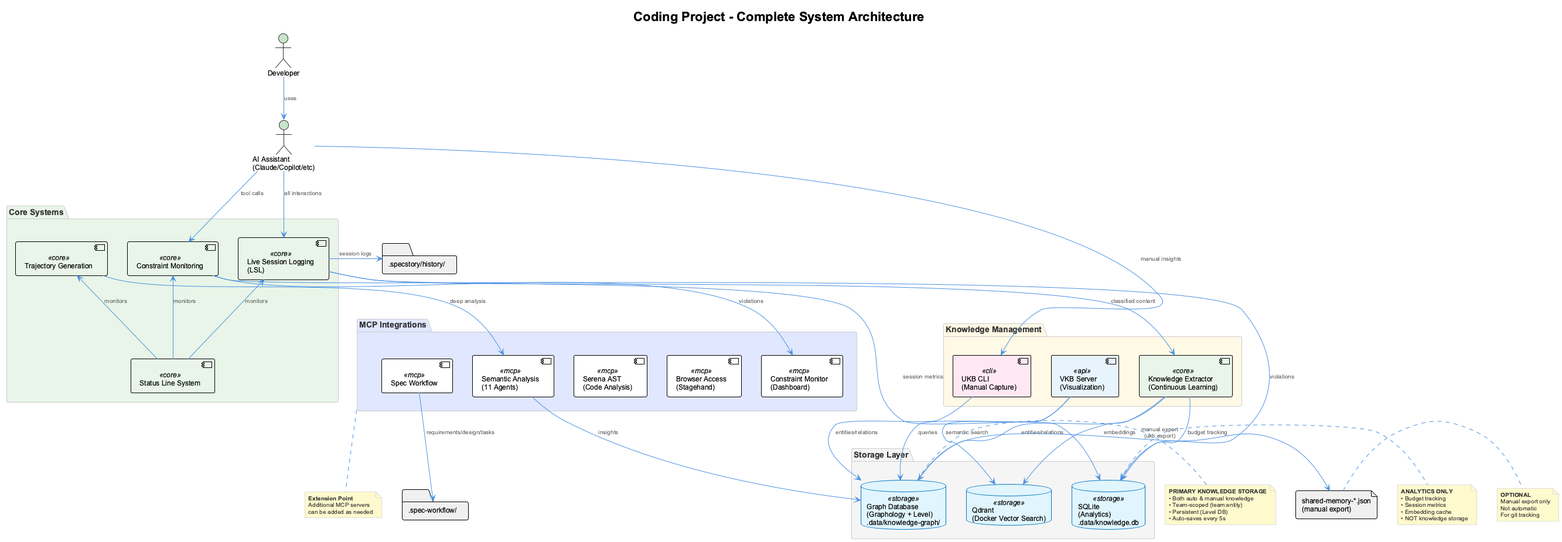
This is docs/images/coding-system-architecture.png from fwornle/coding, a PlantUML export, as it was before one commit.
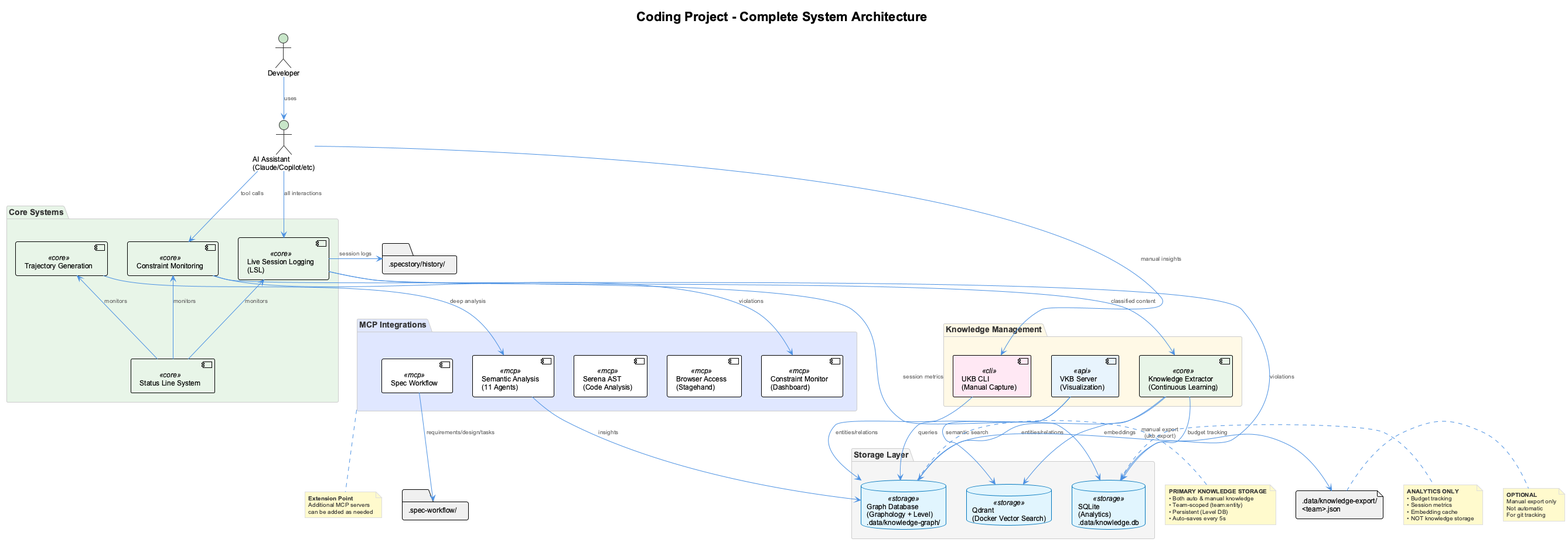
Above is the later version.

Diff of the diagram source:
```diff
@@ -37,7 +37,7 @@
 
 folder ".specstory/history/" as lsl_logs #F0F0F0
 folder ".spec-workflow/" as spec_files #F0F0F0
-file "shared-memory-*.json\n(manual export)" as json #F0F0F0
+file ".data/knowledge-export/\n<team>.json" as json #F0F0F0
 
 dev -down-> ai : uses
 ai -down-> lsl : all interactions
```
